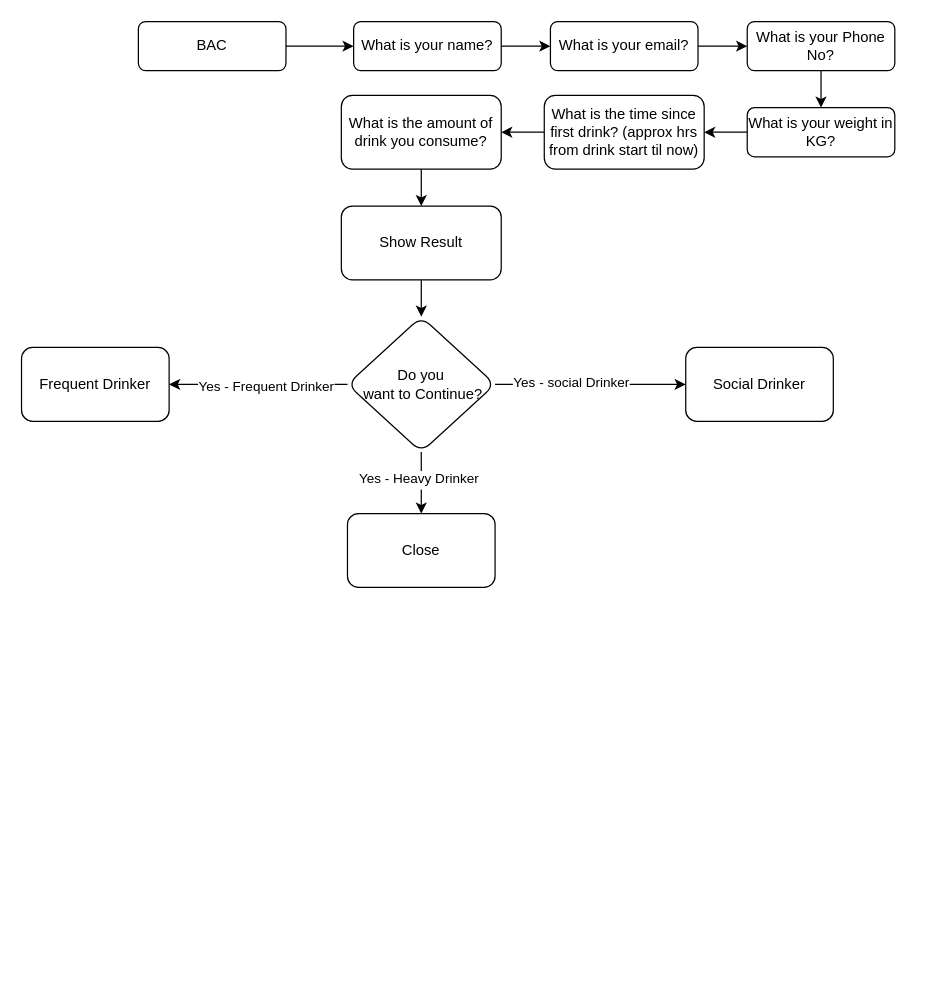
jigneshadesara90/tdm-diagram keeps this draw.io diagram as DUI-v2.drawio. Above is the earlier version. Source tidied: cells renumbered, new cells numbered last; positions are measured from the earlier drawing's top-left corner, leaving out a move shared by most shapes. Both pictures are drawn from the tidied source at 123%, with x=0, y=0 at pixel (21, 21).
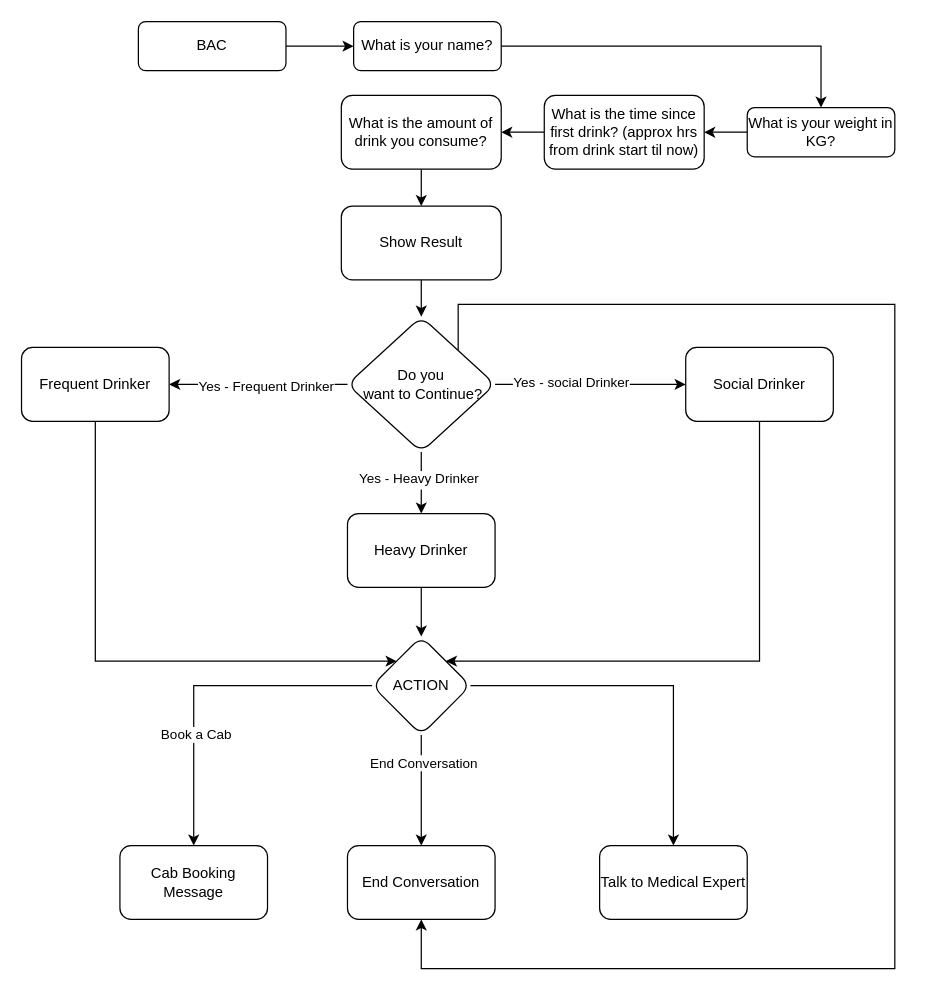
The same page after the edit.

The change refers to these unchanged cells:
```xml
<mxCell id="5" value="What is your name?" style="rounded=1;whiteSpace=wrap;html=1;fontSize=12;glass=0;strokeWidth=1;shadow=0;" parent="1" vertex="1">
  <mxGeometry x="270" width="120" height="40" as="geometry" />
</mxCell>
<mxCell id="11" value="What is your weight in KG?" style="rounded=1;whiteSpace=wrap;html=1;fontSize=12;glass=0;strokeWidth=1;shadow=0;" parent="1" vertex="1">
  <mxGeometry x="590" y="70" width="120" height="40" as="geometry" />
</mxCell>
<mxCell id="25" value="Do you&lt;br&gt;&amp;nbsp;want to Continue?" style="rhombus;whiteSpace=wrap;html=1;rounded=1;glass=0;strokeWidth=1;shadow=0;" parent="1" vertex="1">
  <mxGeometry x="265" y="240" width="120" height="110" as="geometry" />
</mxCell>
<mxCell id="26" value="Frequent Drinker" style="whiteSpace=wrap;html=1;rounded=1;glass=0;strokeWidth=1;shadow=0;" parent="1" vertex="1">
  <mxGeometry y="265" width="120" height="60" as="geometry" />
</mxCell>
<mxCell id="28" value="Social Drinker" style="whiteSpace=wrap;html=1;rounded=1;glass=0;strokeWidth=1;shadow=0;" parent="1" vertex="1">
  <mxGeometry x="540" y="265" width="120" height="60" as="geometry" />
</mxCell>
```

What changed in the source:
```diff
@@
-    <mxCell id="4" style="edgeStyle=orthogonalEdgeStyle;rounded=0;jettySize=auto;html=1;" parent="1" edge="1" source="5" target="7">
+    <mxCell id="4" style="edgeStyle=orthogonalEdgeStyle;rounded=0;jettySize=auto;html=1;entryX=0.5;entryY=0;entryDx=0;entryDy=0;" parent="1" edge="1" source="5" target="11">
       <mxGeometry relative="1" as="geometry" />
     </mxCell>
@@
-    <mxCell id="6" style="edgeStyle=orthogonalEdgeStyle;rounded=0;jettySize=auto;html=1;" parent="1" edge="1" source="7" target="9">
-      <mxGeometry relative="1" as="geometry" />
+    <mxCell id="6" style="edgeStyle=orthogonalEdgeStyle;rounded=0;orthogonalLoop=1;jettySize=auto;html=1;" parent="1" edge="1">
+      <mxGeometry relative="1" as="geometry">
+        <mxPoint x="550" y="20" as="sourcePoint" />
+      </mxGeometry>
     </mxCell>
-    <mxCell id="7" value="What is your email?" style="rounded=1;whiteSpace=wrap;html=1;fontSize=12;glass=0;strokeWidth=1;shadow=0;" parent="1" vertex="1">
-      <mxGeometry x="430" width="120" height="40" as="geometry" />
-    </mxCell>
-    <mxCell id="8" style="edgeStyle=orthogonalEdgeStyle;rounded=0;jettySize=auto;html=1;" parent="1" edge="1" source="9" target="11">
-      <mxGeometry relative="1" as="geometry" />
-    </mxCell>
-    <mxCell id="9" value="What is your Phone No?" style="rounded=1;whiteSpace=wrap;html=1;fontSize=12;glass=0;strokeWidth=1;shadow=0;" parent="1" vertex="1">
-      <mxGeometry x="590" width="120" height="40" as="geometry" />
-    </mxCell>
@@
+    <mxCell id="29" style="edgeStyle=orthogonalEdgeStyle;rounded=0;jettySize=auto;html=1;exitX=1;exitY=0;exitDx=0;exitDy=0;" parent="1" edge="1" source="25" target="40">
+      <mxGeometry relative="1" as="geometry">
+        <Array as="points">
+          <mxPoint x="355" y="230" />
+          <mxPoint x="710" y="230" />
+          <mxPoint x="710" y="770" />
+          <mxPoint x="325" y="770" />
+        </Array>
+      </mxGeometry>
+    </mxCell>
@@
+    <mxCell id="30" style="edgeStyle=orthogonalEdgeStyle;rounded=0;jettySize=auto;html=1;entryX=0;entryY=0;entryDx=0;entryDy=0;" parent="1" edge="1" source="26" target="38">
+      <mxGeometry relative="1" as="geometry">
+        <Array as="points">
+          <mxPoint x="60" y="520" />
+        </Array>
+      </mxGeometry>
+    </mxCell>
@@
+    <mxCell id="31" style="edgeStyle=orthogonalEdgeStyle;rounded=0;jettySize=auto;html=1;" parent="1" edge="1" source="27" target="38">
+      <mxGeometry relative="1" as="geometry" />
+    </mxCell>
-    <mxCell id="27" value="Close" style="whiteSpace=wrap;html=1;rounded=1;glass=0;strokeWidth=1;shadow=0;" parent="1" vertex="1">
+    <mxCell id="27" value="Heavy Drinker" style="whiteSpace=wrap;html=1;rounded=1;glass=0;strokeWidth=1;shadow=0;" parent="1" vertex="1">
       <mxGeometry x="265" y="400" width="120" height="60" as="geometry" />
     </mxCell>
+    <mxCell id="32" style="edgeStyle=orthogonalEdgeStyle;rounded=0;jettySize=auto;html=1;entryX=1;entryY=0;entryDx=0;entryDy=0;" parent="1" edge="1" source="28" target="38">
+      <mxGeometry relative="1" as="geometry">
+        <Array as="points">
+          <mxPoint x="600" y="520" />
+        </Array>
+      </mxGeometry>
+    </mxCell>
@@
+    <mxCell id="33" style="edgeStyle=orthogonalEdgeStyle;rounded=0;jettySize=auto;html=1;" parent="1" edge="1" source="38" target="39">
+      <mxGeometry relative="1" as="geometry" />
+    </mxCell>
+    <mxCell id="34" value="Book a Cab" style="edgeLabel;html=1;align=center;verticalAlign=middle;" parent="33" vertex="1">
+      <mxGeometry x="0.34" y="1" relative="1" as="geometry" />
+    </mxCell>
+    <mxCell id="35" style="edgeStyle=orthogonalEdgeStyle;rounded=0;jettySize=auto;html=1;" parent="1" edge="1" source="38" target="40">
+      <mxGeometry relative="1" as="geometry" />
+    </mxCell>
+    <mxCell id="36" value="End Conversation" style="edgeLabel;html=1;align=center;verticalAlign=middle;" parent="35" vertex="1">
+      <mxGeometry x="-0.52" y="1" relative="1" as="geometry" />
+    </mxCell>
+    <mxCell id="37" style="edgeStyle=orthogonalEdgeStyle;rounded=0;jettySize=auto;html=1;" parent="1" edge="1" source="38" target="41">
+      <mxGeometry relative="1" as="geometry" />
+    </mxCell>
+    <mxCell id="38" value="ACTION" style="rhombus;whiteSpace=wrap;html=1;rounded=1;glass=0;strokeWidth=1;shadow=0;" parent="1" vertex="1">
+      <mxGeometry x="285" y="500" width="80" height="80" as="geometry" />
+    </mxCell>
+    <mxCell id="39" value="Cab Booking Message" style="whiteSpace=wrap;html=1;rounded=1;glass=0;strokeWidth=1;shadow=0;" parent="1" vertex="1">
+      <mxGeometry x="80" y="670" width="120" height="60" as="geometry" />
+    </mxCell>
+    <mxCell id="40" value="End Conversation" style="whiteSpace=wrap;html=1;rounded=1;glass=0;strokeWidth=1;shadow=0;" parent="1" vertex="1">
+      <mxGeometry x="265" y="670" width="120" height="60" as="geometry" />
+    </mxCell>
+    <mxCell id="41" value="Talk to Medical Expert" style="whiteSpace=wrap;html=1;rounded=1;glass=0;strokeWidth=1;shadow=0;" parent="1" vertex="1">
+      <mxGeometry x="470" y="670" width="120" height="60" as="geometry" />
+    </mxCell>
```
